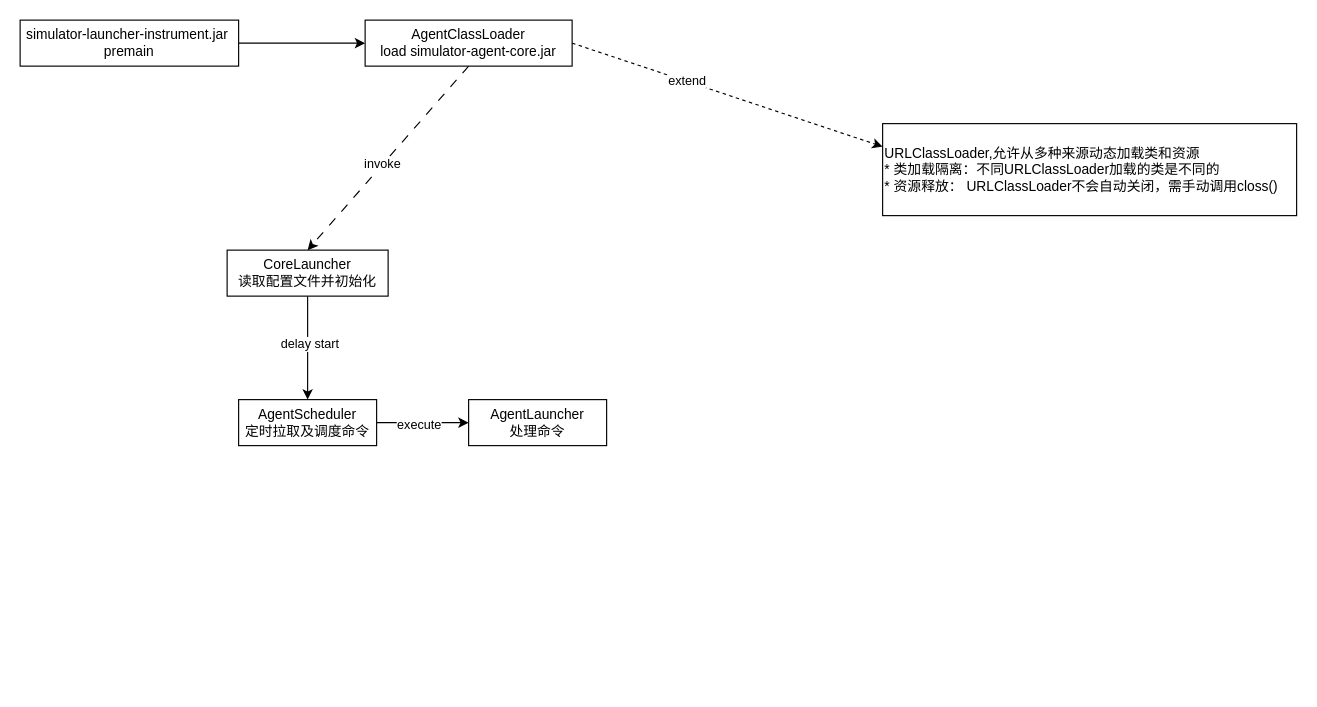
Earlier version of the draw.io diagram com.guann1n9.diagrams/link_agent.drawio (GuanN1ng/diagrams). Source tidied: cells renumbered, new cells numbered last; positions are measured from the earlier drawing's top-left corner, leaving out a move shared by most shapes. Both pictures are drawn from the tidied source at 115%, with x=0, y=0 at pixel (20, 20).
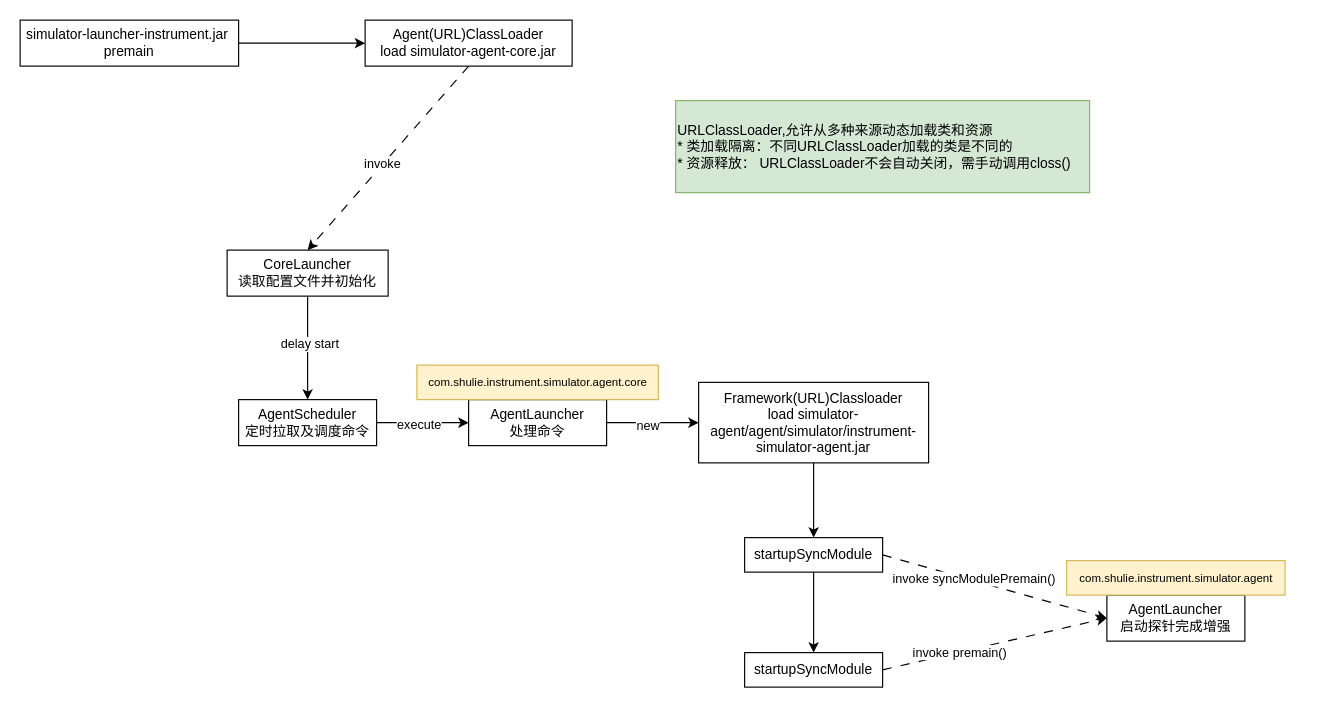
After the change.

Unchanged cells that the change refers to:
```xml
<mxCell id="13" value="AgentLauncher&lt;br&gt;处理命令" style="rounded=0;whiteSpace=wrap;html=1;" parent="1" vertex="1">
  <mxGeometry x="390" y="330" width="120" height="40" as="geometry" />
</mxCell>
```

Change to the diagram source:
```diff
@@
-    <mxCell id="6" style="rounded=0;jettySize=auto;html=1;exitX=1;exitY=0.5;exitDx=0;exitDy=0;entryX=0;entryY=0.25;entryDx=0;entryDy=0;dashed=1;" parent="1" edge="1" source="8" target="9">
-      <mxGeometry relative="1" as="geometry" />
-    </mxCell>
-    <mxCell id="7" value="extend" style="edgeLabel;html=1;align=center;verticalAlign=middle;" parent="6" vertex="1">
-      <mxGeometry x="-0.26" y="1" relative="1" as="geometry" />
-    </mxCell>
-    <mxCell id="8" value="AgentClassLoader&lt;br&gt;load simulator-agent-core.jar" style="rounded=0;whiteSpace=wrap;html=1;" parent="1" vertex="1">
+    <mxCell id="8" value="Agent(URL)ClassLoader&lt;br&gt;load simulator-agent-core.jar" style="rounded=0;whiteSpace=wrap;html=1;" parent="1" vertex="1">
       <mxGeometry x="300" width="180" height="40" as="geometry" />
     </mxCell>
-    <mxCell id="9" value="&lt;div style=&quot;&quot;&gt;&lt;span style=&quot;background-color: transparent; color: light-dark(rgb(0, 0, 0), rgb(255, 255, 255));&quot;&gt;URLClassLoader,&lt;/span&gt;&lt;span style=&quot;background-color: transparent; color: light-dark(rgb(0, 0, 0), rgb(255, 255, 255));&quot;&gt;允许从多种来源动态加载类和资源&lt;/span&gt;&lt;/div&gt;&lt;div&gt;&lt;div&gt;* 类加载隔离：不同URLClassLoader加载的类是不同的&lt;br&gt;* 资源释放： URLClassLoader不会自动关闭，需手动调用closs()&lt;br&gt;&lt;/div&gt;&lt;/div&gt;" style="rounded=0;whiteSpace=wrap;html=1;align=left;" parent="1" vertex="1">
-      <mxGeometry x="750" y="90" width="360" height="80" as="geometry" />
+    <mxCell id="9" value="&lt;div style=&quot;&quot;&gt;&lt;span style=&quot;background-color: transparent; color: light-dark(rgb(0, 0, 0), rgb(255, 255, 255));&quot;&gt;URLClassLoader,&lt;/span&gt;&lt;span style=&quot;background-color: transparent; color: light-dark(rgb(0, 0, 0), rgb(255, 255, 255));&quot;&gt;允许从多种来源动态加载类和资源&lt;/span&gt;&lt;/div&gt;&lt;div&gt;&lt;div&gt;* 类加载隔离：不同URLClassLoader加载的类是不同的&lt;br&gt;* 资源释放： URLClassLoader不会自动关闭，需手动调用closs()&lt;br&gt;&lt;/div&gt;&lt;/div&gt;" style="rounded=0;whiteSpace=wrap;html=1;align=left;fillColor=#d5e8d4;strokeColor=#82b366;" parent="1" vertex="1">
+      <mxGeometry x="570" y="70" width="360" height="80" as="geometry" />
     </mxCell>
@@
+    <mxCell id="17" style="edgeStyle=orthogonalEdgeStyle;rounded=0;jettySize=auto;html=1;" parent="1" edge="1" source="13" target="27">
+      <mxGeometry relative="1" as="geometry" />
+    </mxCell>
+    <mxCell id="18" value="new" style="edgeLabel;html=1;align=center;verticalAlign=middle;" parent="17" vertex="1">
+      <mxGeometry x="-0.12" y="-2" relative="1" as="geometry" />
+    </mxCell>
@@
+    <mxCell id="19" style="edgeStyle=orthogonalEdgeStyle;rounded=0;jettySize=auto;html=1;exitX=0.5;exitY=1;exitDx=0;exitDy=0;entryX=0.5;entryY=0;entryDx=0;entryDy=0;" parent="1" edge="1" source="22" target="25">
+      <mxGeometry relative="1" as="geometry" />
+    </mxCell>
+    <mxCell id="20" style="rounded=0;jettySize=auto;html=1;exitX=1;exitY=0.5;exitDx=0;exitDy=0;entryX=0;entryY=0.5;entryDx=0;entryDy=0;dashed=1;dashPattern=8 8;" parent="1" edge="1" source="22" target="29">
+      <mxGeometry relative="1" as="geometry" />
+    </mxCell>
+    <mxCell id="21" value="invoke syncModulePremain()&lt;span style=&quot;background-color: light-dark(#ffffff, var(--ge-dark-color, #121212)); color: light-dark(rgb(0, 0, 0), rgb(255, 255, 255));&quot;&gt;&amp;nbsp;&lt;/span&gt;" style="edgeLabel;html=1;align=center;verticalAlign=middle;" parent="20" vertex="1">
+      <mxGeometry x="-0.48" relative="1" as="geometry">
+        <mxPoint x="29" y="6" as="offset" />
+      </mxGeometry>
+    </mxCell>
+    <mxCell id="22" value="startupSyncModule" style="rounded=0;whiteSpace=wrap;html=1;" parent="1" vertex="1">
+      <mxGeometry x="630" y="450" width="120" height="30" as="geometry" />
+    </mxCell>
+    <mxCell id="23" style="rounded=0;jettySize=auto;html=1;exitX=1;exitY=0.5;exitDx=0;exitDy=0;entryX=0;entryY=0.5;entryDx=0;entryDy=0;dashed=1;dashPattern=8 8;" parent="1" edge="1" source="25" target="29">
+      <mxGeometry relative="1" as="geometry" />
+    </mxCell>
+    <mxCell id="24" value="invoke premain()" style="edgeLabel;html=1;align=center;verticalAlign=middle;" parent="23" vertex="1">
+      <mxGeometry x="-0.32" relative="1" as="geometry" />
+    </mxCell>
+    <mxCell id="25" value="startupSyncModule" style="rounded=0;whiteSpace=wrap;html=1;" parent="1" vertex="1">
+      <mxGeometry x="630" y="550" width="120" height="30" as="geometry" />
+    </mxCell>
+    <mxCell id="26" style="edgeStyle=orthogonalEdgeStyle;rounded=0;jettySize=auto;html=1;exitX=0.5;exitY=1;exitDx=0;exitDy=0;entryX=0.5;entryY=0;entryDx=0;entryDy=0;" parent="1" edge="1" source="27" target="22">
+      <mxGeometry relative="1" as="geometry" />
+    </mxCell>
+    <mxCell id="27" value="Framework(URL)Classloader&lt;br&gt;load&amp;nbsp;simulator-agent/agent/simulator/instrument-simulator-agent.jar" style="rounded=0;whiteSpace=wrap;html=1;" parent="1" vertex="1">
+      <mxGeometry x="590" y="315" width="200" height="70" as="geometry" />
+    </mxCell>
+    <mxCell id="28" value="&lt;font style=&quot;font-size: 10px;&quot;&gt;com.shulie.instrument.simulator&lt;/font&gt;&lt;span style=&quot;font-size: 10px; background-color: transparent; color: light-dark(rgb(0, 0, 0), rgb(255, 255, 255));&quot;&gt;.agent.core&lt;/span&gt;" style="text;html=1;align=center;verticalAlign=middle;strokeColor=#d6b656;fillColor=#fff2cc;" parent="1" vertex="1">
+      <mxGeometry x="345" y="300" width="210" height="30" as="geometry" />
+    </mxCell>
+    <mxCell id="29" value="AgentLauncher&lt;br&gt;启动探针完成增强" style="rounded=0;whiteSpace=wrap;html=1;" parent="1" vertex="1">
+      <mxGeometry x="945" y="500" width="120" height="40" as="geometry" />
+    </mxCell>
+    <mxCell id="30" value="&lt;font style=&quot;font-size: 10px;&quot;&gt;com.shulie.instrument.simulator&lt;/font&gt;&lt;span style=&quot;font-size: 10px; background-color: transparent; color: light-dark(rgb(0, 0, 0), rgb(255, 255, 255));&quot;&gt;.agent&lt;/span&gt;" style="text;html=1;align=center;verticalAlign=middle;strokeColor=#d6b656;fillColor=#fff2cc;" parent="1" vertex="1">
+      <mxGeometry x="910" y="470" width="190" height="30" as="geometry" />
+    </mxCell>
```
